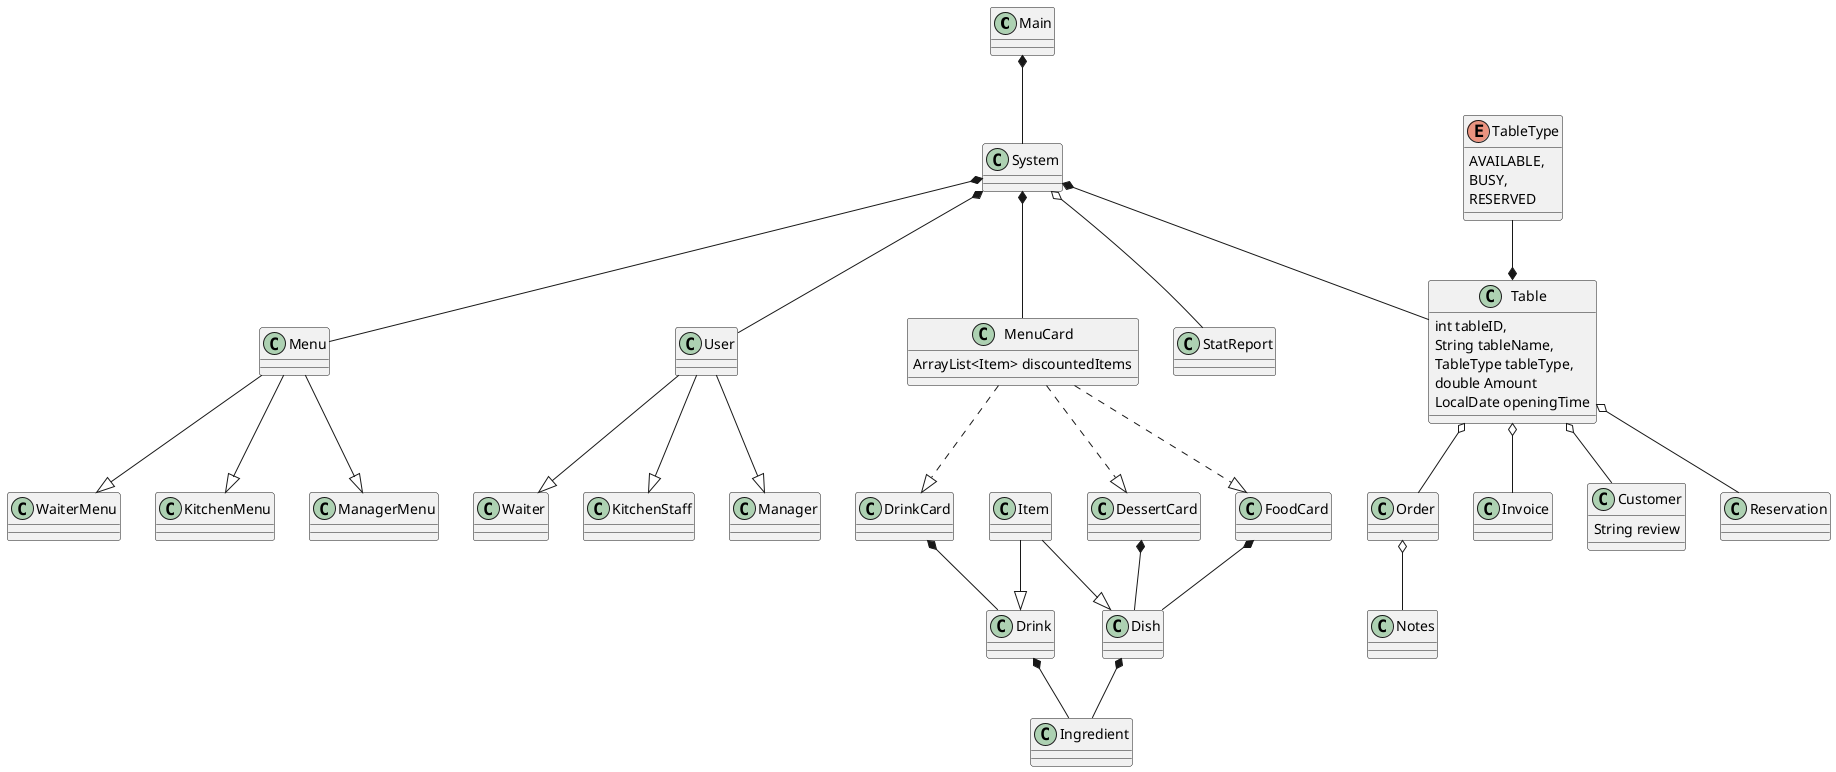
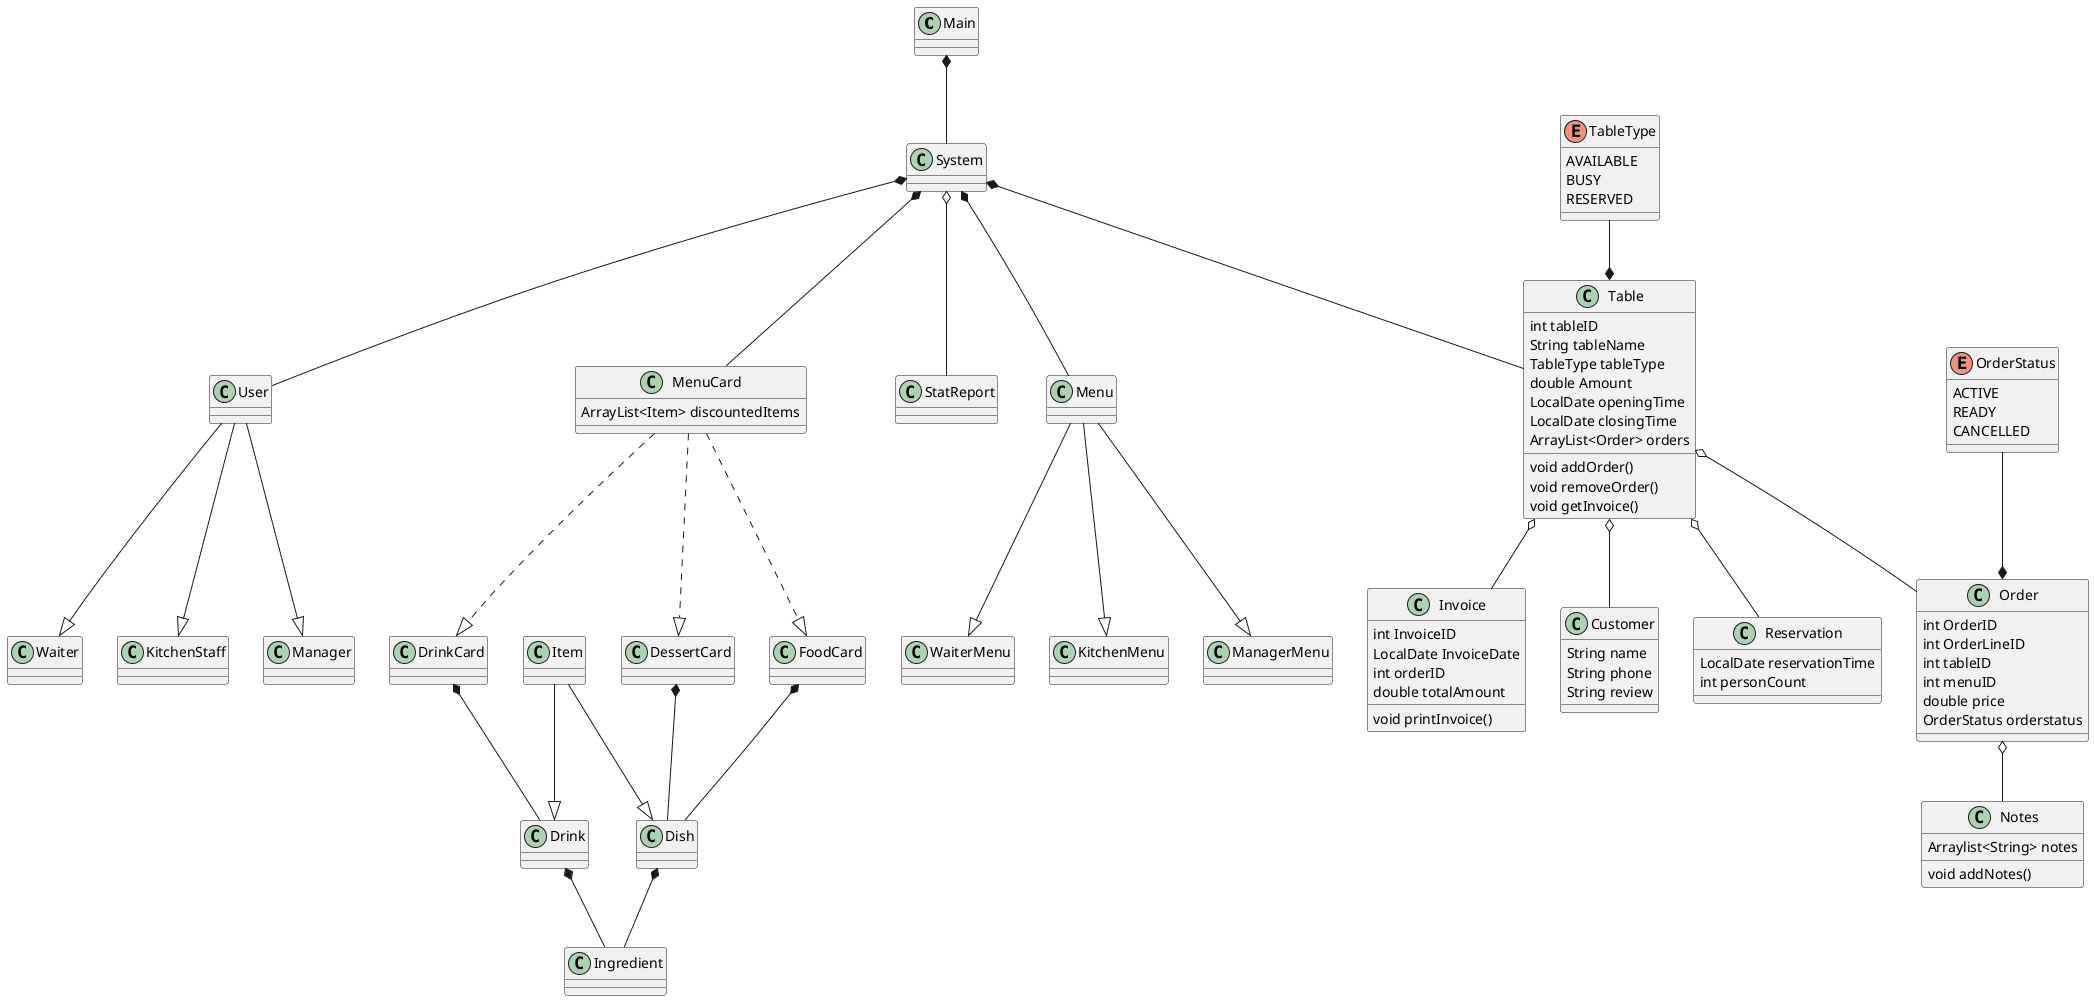
@startuml
'https://plantuml.com/class-diagram

' Del 1
class Main
class System
class User
class KitchenStaff
class Manager
class Waiter

' Del 2
class Menu
class KitchenMenu
class ManagerMenu
class WaiterMenu

' Del 3
class Table {
-     int tableID,
-     String tableName,
-     TableType tableType,
+     int tableID
+     String tableName
+     TableType tableType
    double Amount
    LocalDate openingTime
+     LocalDate closingTime
+     ArrayList<Order> orders
+ 
+     void addOrder()
+     void removeOrder()
+     void getInvoice()
}
enum TableType {
-     AVAILABLE,
-     BUSY,
+     AVAILABLE
+     BUSY
    RESERVED
}
class Customer {
+     String name
+     String phone
    String review
}
- class Reservation
- class Order
- class Notes
- class Invoice
+ class Reservation {
+     LocalDate reservationTime
+     int personCount
+ }
+ 
+ class Order {
+     int OrderID
+     int OrderLineID
+     int tableID
+     int menuID
+     double price
+     OrderStatus orderstatus
+ 
+ }
+ 
+ enum OrderStatus{
+     ACTIVE
+     READY
+     CANCELLED
+ }
+ 
+ class Notes {
+     Arraylist<String> notes
+     void addNotes()
+ }
+ class Invoice {
+     int InvoiceID
+     LocalDate InvoiceDate
+     int orderID
+     double totalAmount
+     void printInvoice()
+ }

' Del 4
class MenuCard {
    ArrayList<Item> discountedItems
}
class FoodCard
class DessertCard
class Item
class Dish
class DrinkCard
class Drink
class Ingredient
class StatReport

Main *-- System
System *-- User
User --|> KitchenStaff
User --|> Manager
User --|> Waiter
System *-- Menu
Menu --|> KitchenMenu
Menu --|> ManagerMenu
Menu --|> WaiterMenu
System *-- MenuCard
System *-- Table
TableType --* Table
Table o-- Order
Order o-- Notes
+ OrderStatus --* Order
Table o-- Customer
Table o-- Invoice
Table o-- Reservation
System o-- StatReport
MenuCard ..|> FoodCard
FoodCard *-- Dish
MenuCard ..|> DessertCard
DessertCard *-- Dish
MenuCard ..|> DrinkCard
DrinkCard *-- Drink
Item --|> Dish
Item --|> Drink
Dish *-- Ingredient
Drink *-- Ingredient

@enduml